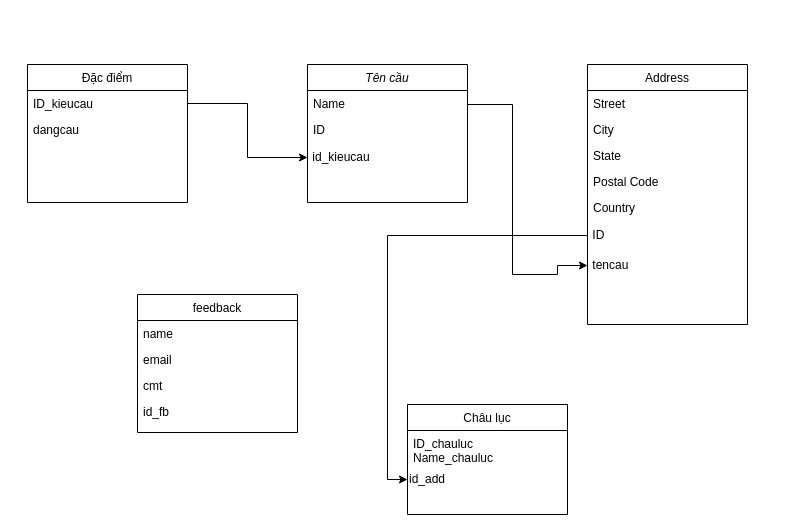
Before: Untitled Diagram.drawio in J11mmy/Baitap, a draw.io diagram. Source tidied: cells renumbered, new cells numbered last; positions are measured from the earlier drawing's top-left corner, leaving out a move shared by most shapes. Both pictures are drawn from the tidied source at 100%, with x=0, y=0 at pixel (27, 64).
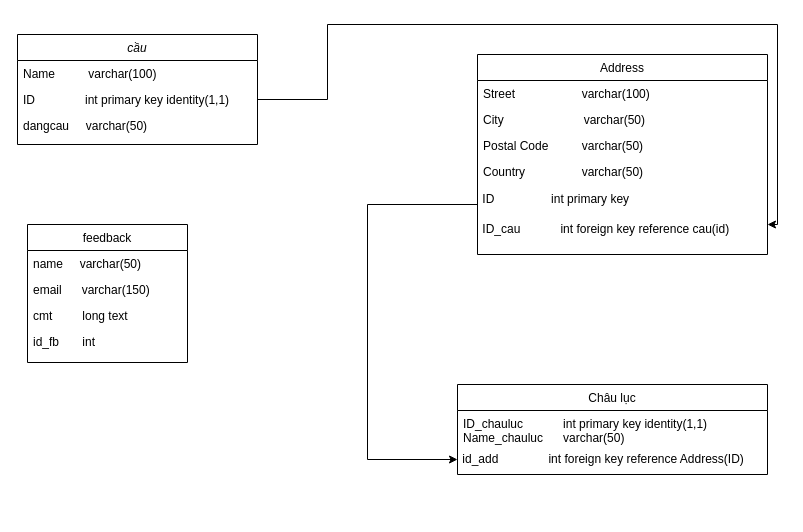
After the change.

Commit message:
Cập nhật Untitled Diagram.drawio

The edit, as a diff of the source:
```diff
@@
-    <mxCell id="2" value="Tên cầu&#10;&#10;" style="swimlane;fontStyle=2;align=center;verticalAlign=top;horizontal=1;startSize=26;rounded=0;shadow=0;strokeWidth=1;" parent="1" vertex="1">
-      <mxGeometry x="280" width="160" height="138" as="geometry" />
+    <mxCell id="2" value="cầu&#10;&#10;" style="swimlane;fontStyle=2;align=center;verticalAlign=top;horizontal=1;startSize=26;rounded=0;shadow=0;strokeWidth=1;" parent="1" vertex="1">
+      <mxGeometry x="-10" y="-30" width="240" height="110" as="geometry" />
     </mxCell>
-    <mxCell id="3" value="Name" style="text;align=left;verticalAlign=top;spacingLeft=4;spacingRight=4;overflow=hidden;" parent="2" vertex="1">
-      <mxGeometry y="26" width="160" height="26" as="geometry" />
+    <mxCell id="3" value="Name          varchar(100)&#10;" style="text;align=left;verticalAlign=top;spacingLeft=4;spacingRight=4;overflow=hidden;" parent="2" vertex="1">
+      <mxGeometry y="26" width="240" height="26" as="geometry" />
     </mxCell>
-    <mxCell id="4" value="ID" style="text;align=left;verticalAlign=top;spacingLeft=4;spacingRight=4;overflow=hidden;points=[[0,0.5],[1,0.5]];portConstraint=eastwest;rounded=0;shadow=0;html=0;" parent="2" vertex="1">
-      <mxGeometry y="52" width="160" height="26" as="geometry" />
+    <mxCell id="4" value="ID               int primary key identity(1,1)" style="text;align=left;verticalAlign=top;spacingLeft=4;spacingRight=4;overflow=hidden;points=[[0,0.5],[1,0.5]];portConstraint=eastwest;rounded=0;shadow=0;html=0;" parent="2" vertex="1">
+      <mxGeometry y="52" width="240" height="26" as="geometry" />
     </mxCell>
-    <mxCell id="5" value="&amp;nbsp;id_kieucau" style="text;html=1;strokeColor=none;fillColor=none;align=left;verticalAlign=middle;whiteSpace=wrap;rounded=0;" parent="2" vertex="1">
-      <mxGeometry y="78" width="160" height="30" as="geometry" />
-    </mxCell>
-    <mxCell id="6" value="Đặc điểm&#10;&#10;" style="swimlane;fontStyle=0;align=center;verticalAlign=top;horizontal=1;startSize=26;rounded=0;shadow=0;strokeWidth=1;" parent="1" vertex="1">
-      <mxGeometry width="160" height="138" as="geometry" />
-    </mxCell>
-    <mxCell id="7" value="ID_kieucau&#10;" style="text;align=left;verticalAlign=top;spacingLeft=4;spacingRight=4;overflow=hidden;points=[[0,0.5],[1,0.5]];portConstraint=eastwest;" parent="6" vertex="1">
-      <mxGeometry y="26" width="160" height="26" as="geometry" />
-    </mxCell>
-    <mxCell id="8" value="dangcau" style="text;align=left;verticalAlign=top;spacingLeft=4;spacingRight=4;overflow=hidden;rounded=0;shadow=0;html=0;" parent="6" vertex="1">
-      <mxGeometry y="52" width="160" height="26" as="geometry" />
+    <mxCell id="8" value="dangcau     varchar(50)" style="text;align=left;verticalAlign=top;spacingLeft=4;spacingRight=4;overflow=hidden;rounded=0;shadow=0;html=0;" parent="2" vertex="1">
+      <mxGeometry y="78" width="240" height="26" as="geometry" />
     </mxCell>
-    <mxCell id="9" value="&amp;nbsp;" style="text;html=1;strokeColor=none;fillColor=none;align=left;verticalAlign=middle;whiteSpace=wrap;rounded=0;" parent="6" vertex="1">
-      <mxGeometry y="78" width="160" height="30" as="geometry" />
-    </mxCell>
     <mxCell id="10" value="Châu lục" style="swimlane;fontStyle=0;align=center;verticalAlign=top;horizontal=1;startSize=26;rounded=0;shadow=0;strokeWidth=1;" parent="1" vertex="1">
-      <mxGeometry x="380" y="340" width="160" height="110" as="geometry" />
+      <mxGeometry x="430" y="320" width="310" height="90" as="geometry" />
     </mxCell>
-    <mxCell id="11" value="ID_chauluc&#10;Name_chauluc" style="text;align=left;verticalAlign=top;spacingLeft=4;spacingRight=4;overflow=hidden;" parent="10" vertex="1">
-      <mxGeometry y="26" width="160" height="34" as="geometry" />
+    <mxCell id="11" value="ID_chauluc            int primary key identity(1,1)&#10;Name_chauluc      varchar(50)" style="text;align=left;verticalAlign=top;spacingLeft=4;spacingRight=4;overflow=hidden;" parent="10" vertex="1">
+      <mxGeometry y="26" width="310" height="34" as="geometry" />
     </mxCell>
-    <mxCell id="12" value="id_add" style="text;html=1;strokeColor=none;fillColor=none;align=left;verticalAlign=middle;whiteSpace=wrap;rounded=0;" parent="10" vertex="1">
-      <mxGeometry y="60" width="160" height="30" as="geometry" />
+    <mxCell id="12" value="&amp;nbsp;id_add&amp;nbsp;&lt;span style=&quot;&quot;&gt; &lt;/span&gt;&lt;span style=&quot;&quot;&gt; &lt;/span&gt;&amp;nbsp; &amp;nbsp;&amp;nbsp;&lt;span style=&quot;border-color: var(--border-color);&quot;&gt; &lt;span style=&quot;white-space: pre;&quot;&gt; &lt;/span&gt;&amp;nbsp; &amp;nbsp; &amp;nbsp; &amp;nbsp;&lt;/span&gt;int foreign key reference Address(ID)" style="text;html=1;strokeColor=none;fillColor=none;align=left;verticalAlign=middle;whiteSpace=wrap;rounded=0;" parent="10" vertex="1">
+      <mxGeometry y="60" width="310" height="30" as="geometry" />
     </mxCell>
     <mxCell id="13" value="Address" style="swimlane;fontStyle=0;align=center;verticalAlign=top;horizontal=1;startSize=26;rounded=0;shadow=0;strokeWidth=1;" parent="1" vertex="1">
-      <mxGeometry x="560" width="160" height="260" as="geometry" />
+      <mxGeometry x="450" y="-10" width="290" height="200" as="geometry" />
     </mxCell>
-    <mxCell id="14" value="Street" style="text;align=left;verticalAlign=top;spacingLeft=4;spacingRight=4;overflow=hidden;" parent="13" vertex="1">
-      <mxGeometry y="26" width="160" height="26" as="geometry" />
+    <mxCell id="14" value="Street                    varchar(100)" style="text;align=left;verticalAlign=top;spacingLeft=4;spacingRight=4;overflow=hidden;" parent="13" vertex="1">
+      <mxGeometry y="26" width="290" height="26" as="geometry" />
     </mxCell>
-    <mxCell id="15" value="City" style="text;align=left;verticalAlign=top;spacingLeft=4;spacingRight=4;overflow=hidden;rounded=0;shadow=0;html=0;" parent="13" vertex="1">
-      <mxGeometry y="52" width="160" height="26" as="geometry" />
+    <mxCell id="15" value="City                        varchar(50)" style="text;align=left;verticalAlign=top;spacingLeft=4;spacingRight=4;overflow=hidden;rounded=0;shadow=0;html=0;" parent="13" vertex="1">
+      <mxGeometry y="52" width="290" height="26" as="geometry" />
     </mxCell>
-    <mxCell id="16" value="State" style="text;align=left;verticalAlign=top;spacingLeft=4;spacingRight=4;overflow=hidden;rounded=0;shadow=0;html=0;" parent="13" vertex="1">
-      <mxGeometry y="78" width="160" height="26" as="geometry" />
-    </mxCell>
-    <mxCell id="17" value="Postal Code" style="text;align=left;verticalAlign=top;spacingLeft=4;spacingRight=4;overflow=hidden;rounded=0;shadow=0;html=0;" parent="13" vertex="1">
-      <mxGeometry y="104" width="160" height="26" as="geometry" />
+    <mxCell id="17" value="Postal Code          varchar(50)" style="text;align=left;verticalAlign=top;spacingLeft=4;spacingRight=4;overflow=hidden;rounded=0;shadow=0;html=0;" parent="13" vertex="1">
+      <mxGeometry y="78" width="290" height="26" as="geometry" />
     </mxCell>
-    <mxCell id="18" value="Country" style="text;align=left;verticalAlign=top;spacingLeft=4;spacingRight=4;overflow=hidden;rounded=0;shadow=0;html=0;" parent="13" vertex="1">
-      <mxGeometry y="130" width="160" height="26" as="geometry" />
+    <mxCell id="18" value="Country                 varchar(50)" style="text;align=left;verticalAlign=top;spacingLeft=4;spacingRight=4;overflow=hidden;rounded=0;shadow=0;html=0;" parent="13" vertex="1">
+      <mxGeometry y="104" width="290" height="26" as="geometry" />
     </mxCell>
-    <mxCell id="19" value="&amp;nbsp;ID" style="text;html=1;strokeColor=none;fillColor=none;align=left;verticalAlign=middle;whiteSpace=wrap;rounded=0;" parent="13" vertex="1">
-      <mxGeometry y="156" width="160" height="30" as="geometry" />
+    <mxCell id="19" value="&amp;nbsp;ID&lt;span style=&quot;white-space: pre;&quot;&gt; &lt;/span&gt;&lt;span style=&quot;white-space: pre;&quot;&gt; &amp;nbsp;&lt;/span&gt;&amp;nbsp; &amp;nbsp; &amp;nbsp; &amp;nbsp; &amp;nbsp; &amp;nbsp; &amp;nbsp; int primary key&amp;nbsp;" style="text;html=1;strokeColor=none;fillColor=none;align=left;verticalAlign=middle;whiteSpace=wrap;rounded=0;" parent="13" vertex="1">
+      <mxGeometry y="130" width="290" height="30" as="geometry" />
     </mxCell>
-    <mxCell id="20" value="&amp;nbsp;tencau" style="text;html=1;strokeColor=none;fillColor=none;align=left;verticalAlign=middle;whiteSpace=wrap;rounded=0;" parent="13" vertex="1">
-      <mxGeometry y="186" width="160" height="30" as="geometry" />
+    <mxCell id="20" value="&amp;nbsp;ID_cau&amp;nbsp; &amp;nbsp;&lt;span style=&quot;white-space: pre;&quot;&gt; &lt;/span&gt;&lt;span style=&quot;white-space: pre;&quot;&gt; &lt;/span&gt;&amp;nbsp; &amp;nbsp; &amp;nbsp; &amp;nbsp;int foreign key reference cau(id)" style="text;html=1;strokeColor=none;fillColor=none;align=left;verticalAlign=middle;whiteSpace=wrap;rounded=0;" parent="13" vertex="1">
+      <mxGeometry y="160" width="290" height="30" as="geometry" />
     </mxCell>
     <mxCell id="21" value="feedback&#10;&#10;" style="swimlane;fontStyle=0;align=center;verticalAlign=top;horizontal=1;startSize=26;rounded=0;shadow=0;strokeWidth=1;" parent="1" vertex="1">
-      <mxGeometry x="110" y="230" width="160" height="138" as="geometry" />
+      <mxGeometry y="160" width="160" height="138" as="geometry" />
     </mxCell>
-    <mxCell id="22" value="name&#10;" style="text;align=left;verticalAlign=top;spacingLeft=4;spacingRight=4;overflow=hidden;" parent="21" vertex="1">
+    <mxCell id="22" value="name     varchar(50)&#10;" style="text;align=left;verticalAlign=top;spacingLeft=4;spacingRight=4;overflow=hidden;" parent="21" vertex="1">
       <mxGeometry y="26" width="160" height="26" as="geometry" />
     </mxCell>
-    <mxCell id="23" value="email" style="text;align=left;verticalAlign=top;spacingLeft=4;spacingRight=4;overflow=hidden;rounded=0;shadow=0;html=0;" parent="21" vertex="1">
+    <mxCell id="23" value="email      varchar(150)" style="text;align=left;verticalAlign=top;spacingLeft=4;spacingRight=4;overflow=hidden;rounded=0;shadow=0;html=0;" parent="21" vertex="1">
       <mxGeometry y="52" width="160" height="26" as="geometry" />
     </mxCell>
-    <mxCell id="24" value="cmt" style="text;align=left;verticalAlign=top;spacingLeft=4;spacingRight=4;overflow=hidden;rounded=0;shadow=0;html=0;" parent="21" vertex="1">
+    <mxCell id="24" value="cmt         long text" style="text;align=left;verticalAlign=top;spacingLeft=4;spacingRight=4;overflow=hidden;rounded=0;shadow=0;html=0;" parent="21" vertex="1">
       <mxGeometry y="78" width="160" height="26" as="geometry" />
     </mxCell>
-    <mxCell id="25" value="id_fb" style="text;align=left;verticalAlign=top;spacingLeft=4;spacingRight=4;overflow=hidden;rounded=0;shadow=0;html=0;" parent="21" vertex="1">
+    <mxCell id="25" value="id_fb       int " style="text;align=left;verticalAlign=top;spacingLeft=4;spacingRight=4;overflow=hidden;rounded=0;shadow=0;html=0;" parent="21" vertex="1">
       <mxGeometry y="104" width="160" height="26" as="geometry" />
     </mxCell>
-    <mxCell id="26" style="edgeStyle=orthogonalEdgeStyle;rounded=0;jettySize=auto;html=1;exitX=1;exitY=0.5;exitDx=0;exitDy=0;entryX=0;entryY=0.5;entryDx=0;entryDy=0;" parent="1" edge="1" source="4" target="20">
+    <mxCell id="26" style="edgeStyle=orthogonalEdgeStyle;rounded=0;jettySize=auto;html=1;exitX=1;exitY=0.5;exitDx=0;exitDy=0;" parent="1" edge="1" source="4" target="20">
       <mxGeometry relative="1" as="geometry">
         <Array as="points">
-          <mxPoint x="440" y="40" />
-          <mxPoint x="485" y="40" />
-          <mxPoint x="485" y="210" />
-          <mxPoint x="530" y="210" />
+          <mxPoint x="300" y="35" />
+          <mxPoint x="300" y="-40" />
+          <mxPoint x="750" y="-40" />
+          <mxPoint x="750" y="160" />
         </Array>
       </mxGeometry>
     </mxCell>
-    <mxCell id="27" style="edgeStyle=orthogonalEdgeStyle;rounded=0;jettySize=auto;html=1;entryX=0;entryY=0.5;entryDx=0;entryDy=0;" parent="1" edge="1" source="7" target="5">
-      <mxGeometry relative="1" as="geometry" />
-    </mxCell>
-    <mxCell id="28" style="edgeStyle=orthogonalEdgeStyle;rounded=0;jettySize=auto;html=1;exitX=0;exitY=0.5;exitDx=0;exitDy=0;entryX=0;entryY=0.5;entryDx=0;entryDy=0;" parent="1" edge="1" source="19" target="12">
-      <mxGeometry relative="1" as="geometry" />
+    <mxCell id="28" style="edgeStyle=orthogonalEdgeStyle;rounded=0;jettySize=auto;html=1;" parent="1" edge="1" target="12">
+      <mxGeometry relative="1" as="geometry">
+        <mxPoint x="450" y="140" as="sourcePoint" />
+        <Array as="points">
+          <mxPoint x="450" y="160" />
+          <mxPoint x="450" y="140" />
+          <mxPoint x="340" y="140" />
+          <mxPoint x="340" y="390" />
+        </Array>
+      </mxGeometry>
     </mxCell>
```
